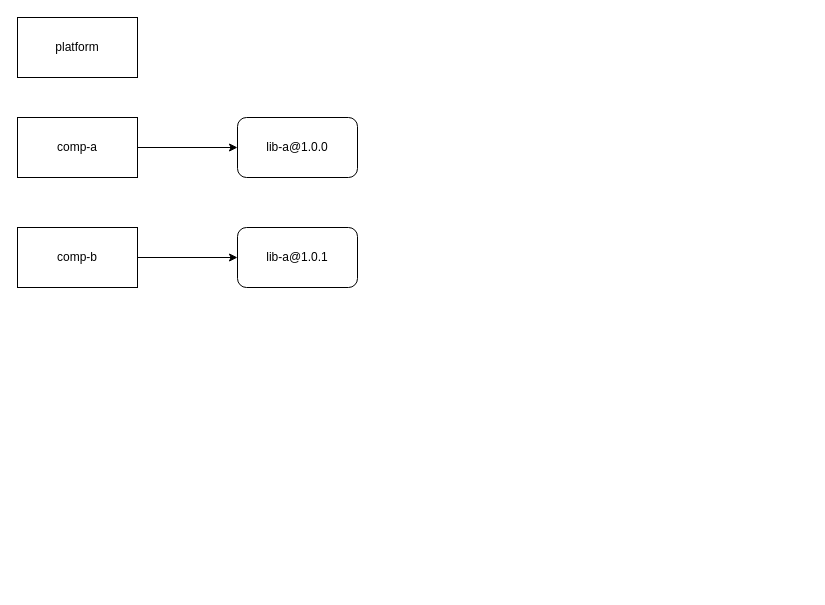
This is confict deps.drawio from lokewei/draw.io, a draw.io file, before an edit. Source tidied: cells renumbered, new cells numbered last; positions are measured from the earlier drawing's top-left corner, leaving out a move shared by most shapes. Both pictures are drawn from the tidied source at 100%, with x=0, y=0 at pixel (17, 17).
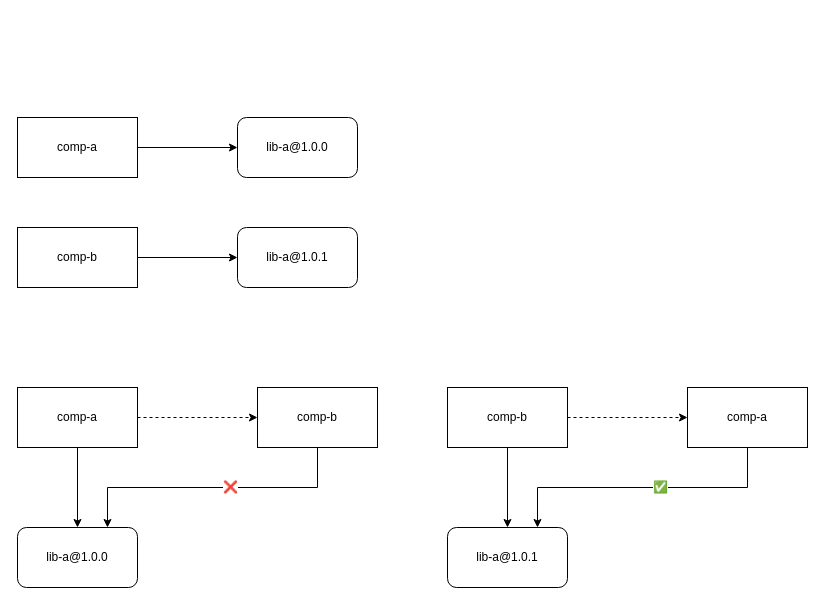
The same page after the edit.

The edit, as a diff of the source:
```diff
@@
-    <mxCell id="2" value="platform" style="rounded=0;whiteSpace=wrap;html=1;" parent="1" vertex="1">
-      <mxGeometry width="120" height="60" as="geometry" />
-    </mxCell>
@@
+    <mxCell id="9" style="edgeStyle=orthogonalEdgeStyle;rounded=0;jettySize=auto;html=1;exitX=1;exitY=0.5;exitDx=0;exitDy=0;entryX=0;entryY=0.5;entryDx=0;entryDy=0;dashed=1;" parent="1" edge="1" source="11" target="14">
+      <mxGeometry relative="1" as="geometry" />
+    </mxCell>
+    <mxCell id="10" style="edgeStyle=orthogonalEdgeStyle;rounded=0;jettySize=auto;html=1;exitX=0.5;exitY=1;exitDx=0;exitDy=0;entryX=0.5;entryY=0;entryDx=0;entryDy=0;" parent="1" edge="1" source="11" target="15">
+      <mxGeometry relative="1" as="geometry" />
+    </mxCell>
+    <mxCell id="11" value="comp-a" style="rounded=0;whiteSpace=wrap;html=1;" parent="1" vertex="1">
+      <mxGeometry y="370" width="120" height="60" as="geometry" />
+    </mxCell>
+    <mxCell id="12" style="edgeStyle=orthogonalEdgeStyle;rounded=0;jettySize=auto;html=1;exitX=0.5;exitY=1;exitDx=0;exitDy=0;entryX=0.75;entryY=0;entryDx=0;entryDy=0;" parent="1" edge="1" source="14" target="15">
+      <mxGeometry relative="1" as="geometry" />
+    </mxCell>
+    <mxCell id="13" value="❌" style="text;html=1;align=center;verticalAlign=middle;labelBackgroundColor=#ffffff;fontColor=#FF0000;" parent="12" vertex="1">
+      <mxGeometry x="-0.12" y="-1" relative="1" as="geometry" />
+    </mxCell>
+    <mxCell id="14" value="comp-b" style="rounded=0;whiteSpace=wrap;html=1;" parent="1" vertex="1">
+      <mxGeometry x="240" y="370" width="120" height="60" as="geometry" />
+    </mxCell>
+    <mxCell id="15" value="lib-a@1.0.0" style="rounded=1;whiteSpace=wrap;html=1;" parent="1" vertex="1">
+      <mxGeometry y="510" width="120" height="60" as="geometry" />
+    </mxCell>
+    <mxCell id="16" style="edgeStyle=orthogonalEdgeStyle;rounded=0;jettySize=auto;html=1;exitX=1;exitY=0.5;exitDx=0;exitDy=0;entryX=0;entryY=0.5;entryDx=0;entryDy=0;dashed=1;" parent="1" edge="1" source="18" target="21">
+      <mxGeometry relative="1" as="geometry" />
+    </mxCell>
+    <mxCell id="17" style="edgeStyle=orthogonalEdgeStyle;rounded=0;jettySize=auto;html=1;exitX=0.5;exitY=1;exitDx=0;exitDy=0;entryX=0.5;entryY=0;entryDx=0;entryDy=0;" parent="1" edge="1" source="18" target="22">
+      <mxGeometry relative="1" as="geometry" />
+    </mxCell>
+    <mxCell id="18" value="comp-b" style="rounded=0;whiteSpace=wrap;html=1;" parent="1" vertex="1">
+      <mxGeometry x="430" y="370" width="120" height="60" as="geometry" />
+    </mxCell>
+    <mxCell id="19" style="edgeStyle=orthogonalEdgeStyle;rounded=0;jettySize=auto;html=1;exitX=0.5;exitY=1;exitDx=0;exitDy=0;entryX=0.75;entryY=0;entryDx=0;entryDy=0;" parent="1" edge="1" source="21" target="22">
+      <mxGeometry relative="1" as="geometry" />
+    </mxCell>
+    <mxCell id="20" value="✅" style="text;html=1;align=center;verticalAlign=middle;labelBackgroundColor=#ffffff;fontColor=#000000;" parent="19" vertex="1">
+      <mxGeometry x="-0.12" y="-1" relative="1" as="geometry" />
+    </mxCell>
+    <mxCell id="21" value="comp-a" style="rounded=0;whiteSpace=wrap;html=1;" parent="1" vertex="1">
+      <mxGeometry x="670" y="370" width="120" height="60" as="geometry" />
+    </mxCell>
+    <mxCell id="22" value="lib-a@1.0.1" style="rounded=1;whiteSpace=wrap;html=1;" parent="1" vertex="1">
+      <mxGeometry x="430" y="510" width="120" height="60" as="geometry" />
+    </mxCell>
```
